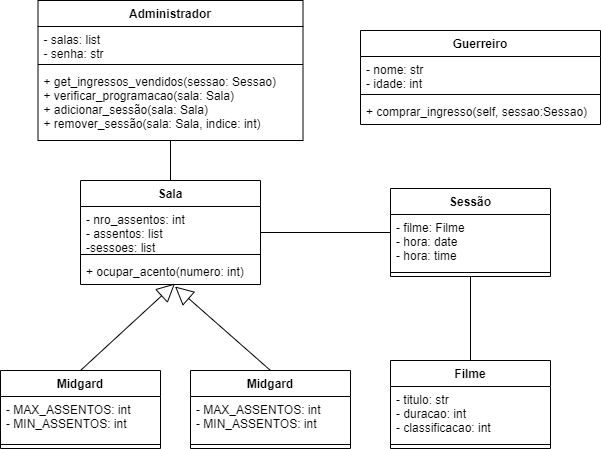
This is diagramas/class_diagram.png from RaphaLevy/linguagem-de-programacao-A1, a draw.io export, as it was before one commit. Source tidied: cells renumbered, new cells last; positions are measured from the earlier drawing's top-left corner, leaving out a move shared by most shapes. Its diagram source:
```xml
<mxGraphModel>
  <root>
    <mxCell id="0" />
    <mxCell id="1" parent="0" />
    <mxCell id="2" style="endArrow=block;endSize=16;endFill=0;html=1;exitX=0.5;exitY=0;exitDx=0;exitDy=0;entryX=0.525;entryY=0.962;entryDx=0;entryDy=0;entryPerimeter=0;" parent="1" edge="1" source="10" target="30">
      <mxGeometry x="-1" y="108" relative="1" as="geometry">
        <mxPoint x="-17" y="19" as="offset" />
      </mxGeometry>
    </mxCell>
    <mxCell id="3" style="endArrow=block;endSize=16;endFill=0;html=1;exitX=0.5;exitY=0;exitDx=0;exitDy=0;entryX=0.525;entryY=1.077;entryDx=0;entryDy=0;entryPerimeter=0;" parent="1" edge="1" source="7" target="30">
      <mxGeometry x="-1" y="-149" relative="1" as="geometry">
        <mxPoint x="12" y="12" as="offset" />
      </mxGeometry>
    </mxCell>
    <mxCell id="4" style="endArrow=none;html=1;" parent="1" edge="1" source="27" target="13">
      <mxGeometry relative="1" as="geometry" />
    </mxCell>
    <mxCell id="5" style="endArrow=none;html=1;entryX=0.5;entryY=1;entryDx=0;entryDy=0;" parent="1" edge="1" source="16" target="13">
      <mxGeometry relative="1" as="geometry" />
    </mxCell>
    <mxCell id="6" style="endArrow=none;html=1;exitX=0.5;exitY=0;exitDx=0;exitDy=0;" parent="1" edge="1" source="27" target="23">
      <mxGeometry relative="1" as="geometry" />
    </mxCell>
    <mxCell id="7" value="Midgard" style="swimlane;fontStyle=1;align=center;verticalAlign=top;horizontal=1;startSize=26;" parent="1" vertex="1">
      <mxGeometry x="190" y="370" width="160" height="78" as="geometry" />
    </mxCell>
    <mxCell id="8" value="- MAX_ASSENTOS: int&#10;- MIN_ASSENTOS: int " style="text;strokeColor=none;fillColor=none;align=left;verticalAlign=top;spacingLeft=4;spacingRight=4;overflow=hidden;" parent="7" vertex="1">
      <mxGeometry y="26" width="160" height="44" as="geometry" />
    </mxCell>
    <mxCell id="9" style="line;strokeWidth=1;fillColor=none;align=left;verticalAlign=middle;spacingTop=-1;spacingLeft=3;spacingRight=3;labelPosition=right;" parent="7" vertex="1">
      <mxGeometry y="70" width="160" height="8" as="geometry" />
    </mxCell>
    <mxCell id="10" value="Midgard" style="swimlane;fontStyle=1;align=center;verticalAlign=top;horizontal=1;startSize=26;" parent="1" vertex="1">
      <mxGeometry y="370" width="160" height="78" as="geometry" />
    </mxCell>
    <mxCell id="11" value="- MAX_ASSENTOS: int&#10;- MIN_ASSENTOS: int " style="text;strokeColor=none;fillColor=none;align=left;verticalAlign=top;spacingLeft=4;spacingRight=4;overflow=hidden;" parent="10" vertex="1">
      <mxGeometry y="26" width="160" height="44" as="geometry" />
    </mxCell>
    <mxCell id="12" style="line;strokeWidth=1;fillColor=none;align=left;verticalAlign=middle;spacingTop=-1;spacingLeft=3;spacingRight=3;labelPosition=right;" parent="10" vertex="1">
      <mxGeometry y="70" width="160" height="8" as="geometry" />
    </mxCell>
    <mxCell id="13" value="Sessão" style="swimlane;fontStyle=1;align=center;verticalAlign=top;horizontal=1;startSize=26;" parent="1" vertex="1">
      <mxGeometry x="390" y="188" width="160" height="88" as="geometry" />
    </mxCell>
    <mxCell id="14" value="- filme: Filme&#10;- hora: date&#10;- hora: time" style="text;strokeColor=none;fillColor=none;align=left;verticalAlign=top;spacingLeft=4;spacingRight=4;overflow=hidden;" parent="13" vertex="1">
      <mxGeometry y="26" width="160" height="54" as="geometry" />
    </mxCell>
    <mxCell id="15" style="line;strokeWidth=1;fillColor=none;align=left;verticalAlign=middle;spacingTop=-1;spacingLeft=3;spacingRight=3;labelPosition=right;" parent="13" vertex="1">
      <mxGeometry y="80" width="160" height="8" as="geometry" />
    </mxCell>
    <mxCell id="16" value="Filme" style="swimlane;fontStyle=1;align=center;verticalAlign=top;horizontal=1;startSize=26;" parent="1" vertex="1">
      <mxGeometry x="390" y="360" width="160" height="88" as="geometry" />
    </mxCell>
    <mxCell id="17" value="- titulo: str&#10;- duracao: int&#10;- classificacao: int" style="text;strokeColor=none;fillColor=none;align=left;verticalAlign=top;spacingLeft=4;spacingRight=4;overflow=hidden;" parent="16" vertex="1">
      <mxGeometry y="26" width="160" height="54" as="geometry" />
    </mxCell>
    <mxCell id="18" style="line;strokeWidth=1;fillColor=none;align=left;verticalAlign=middle;spacingTop=-1;spacingLeft=3;spacingRight=3;labelPosition=right;" parent="16" vertex="1">
      <mxGeometry y="80" width="160" height="8" as="geometry" />
    </mxCell>
    <mxCell id="19" value="Guerreiro" style="swimlane;fontStyle=1;align=center;verticalAlign=top;horizontal=1;startSize=26;" parent="1" vertex="1">
      <mxGeometry x="360" y="30" width="240" height="94" as="geometry" />
    </mxCell>
    <mxCell id="20" value="- nome: str&#10;- idade: int" style="text;strokeColor=none;fillColor=none;align=left;verticalAlign=top;spacingLeft=4;spacingRight=4;overflow=hidden;" parent="19" vertex="1">
      <mxGeometry y="26" width="240" height="34" as="geometry" />
    </mxCell>
    <mxCell id="21" style="line;strokeWidth=1;fillColor=none;align=left;verticalAlign=middle;spacingTop=-1;spacingLeft=3;spacingRight=3;labelPosition=right;" parent="19" vertex="1">
      <mxGeometry y="60" width="240" height="8" as="geometry" />
    </mxCell>
    <mxCell id="22" value="+ comprar_ingresso(self, sessao:Sessao)" style="text;strokeColor=none;fillColor=none;align=left;verticalAlign=top;spacingLeft=4;spacingRight=4;overflow=hidden;" parent="19" vertex="1">
      <mxGeometry y="68" width="240" height="26" as="geometry" />
    </mxCell>
    <mxCell id="23" value="Administrador" style="swimlane;fontStyle=1;align=center;verticalAlign=top;horizontal=1;startSize=26;" parent="1" vertex="1">
      <mxGeometry x="37.5" width="265" height="140" as="geometry" />
    </mxCell>
    <mxCell id="24" value="- salas: list&#10;- senha: str" style="text;strokeColor=none;fillColor=none;align=left;verticalAlign=top;spacingLeft=4;spacingRight=4;overflow=hidden;" parent="23" vertex="1">
      <mxGeometry y="26" width="265" height="34" as="geometry" />
    </mxCell>
    <mxCell id="25" style="line;strokeWidth=1;fillColor=none;align=left;verticalAlign=middle;spacingTop=-1;spacingLeft=3;spacingRight=3;labelPosition=right;" parent="23" vertex="1">
      <mxGeometry y="60" width="265" height="8" as="geometry" />
    </mxCell>
    <mxCell id="26" value="+ get_ingressos_vendidos(sessao: Sessao)&#10;+ verificar_programacao(sala: Sala)&#10;+ adicionar_sessão(sala: Sala)&#10;+ remover_sessão(sala: Sala, indice: int)" style="text;strokeColor=none;fillColor=none;align=left;verticalAlign=top;spacingLeft=4;spacingRight=4;overflow=hidden;" parent="23" vertex="1">
      <mxGeometry y="68" width="265" height="72" as="geometry" />
    </mxCell>
    <mxCell id="27" value="Sala" style="swimlane;fontStyle=1;align=center;verticalAlign=top;horizontal=1;startSize=26;" parent="1" vertex="1">
      <mxGeometry x="80" y="180" width="180" height="104" as="geometry" />
    </mxCell>
    <mxCell id="28" value="- nro_assentos: int&#10;- assentos: list&#10;-sessoes: list" style="text;strokeColor=none;fillColor=none;align=left;verticalAlign=top;spacingLeft=4;spacingRight=4;overflow=hidden;" parent="27" vertex="1">
      <mxGeometry y="26" width="180" height="44" as="geometry" />
    </mxCell>
    <mxCell id="29" style="line;strokeWidth=1;fillColor=none;align=left;verticalAlign=middle;spacingTop=-1;spacingLeft=3;spacingRight=3;labelPosition=right;" parent="27" vertex="1">
      <mxGeometry y="70" width="180" height="8" as="geometry" />
    </mxCell>
    <mxCell id="30" value="+ ocupar_acento(numero: int)" style="text;strokeColor=none;fillColor=none;align=left;verticalAlign=top;spacingLeft=4;spacingRight=4;overflow=hidden;points=[[0,0.5],[1,0.5]];portConstraint=eastwest;" parent="27" vertex="1">
      <mxGeometry y="78" width="180" height="26" as="geometry" />
    </mxCell>
  </root>
</mxGraphModel>
```
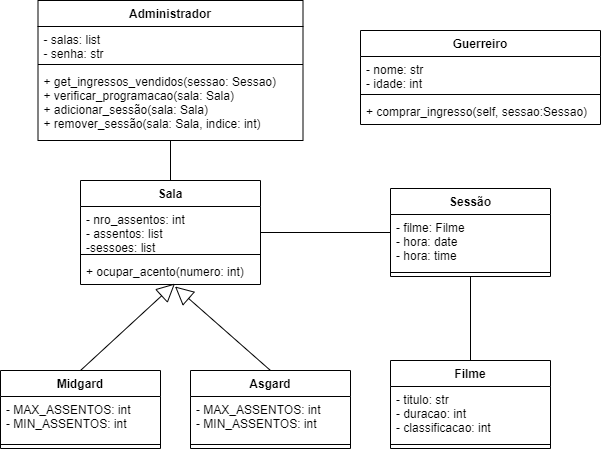
Above is the later version.

Change to the diagram source:
```diff
@@ -21,7 +21,7 @@
     <mxCell id="6" style="endArrow=none;html=1;exitX=0.5;exitY=0;exitDx=0;exitDy=0;" parent="1" edge="1" source="27" target="23">
       <mxGeometry relative="1" as="geometry" />
     </mxCell>
-    <mxCell id="7" value="Midgard" style="swimlane;fontStyle=1;align=center;verticalAlign=top;horizontal=1;startSize=26;" parent="1" vertex="1">
+    <mxCell id="7" value="Asgard" style="swimlane;fontStyle=1;align=center;verticalAlign=top;horizontal=1;startSize=26;" parent="1" vertex="1">
       <mxGeometry x="190" y="370" width="160" height="78" as="geometry" />
     </mxCell>
     <mxCell id="8" value="- MAX_ASSENTOS: int&#10;- MIN_ASSENTOS: int " style="text;strokeColor=none;fillColor=none;align=left;verticalAlign=top;spacingLeft=4;spacingRight=4;overflow=hidden;" parent="7" vertex="1">
```
